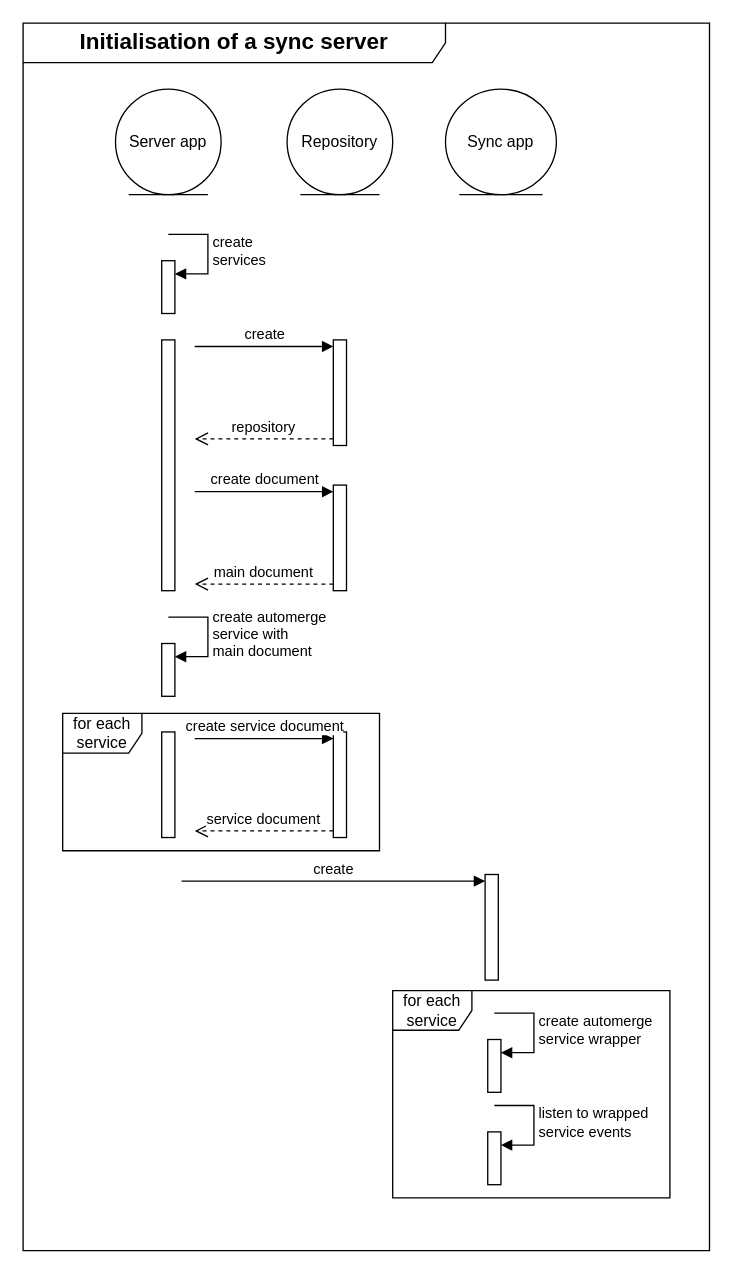
kalisio/offline-sync keeps this draw.io diagram as page "Sync server sequence diagram" (2 of 4) of diagram.drawio. Above is the earlier version. Source tidied: cells renumbered, new cells numbered last; positions are measured from the earlier drawing's top-left corner, leaving out a move shared by most shapes. Both pictures are drawn from the tidied source at 132%, with x=0, y=0 at pixel (22, 22).
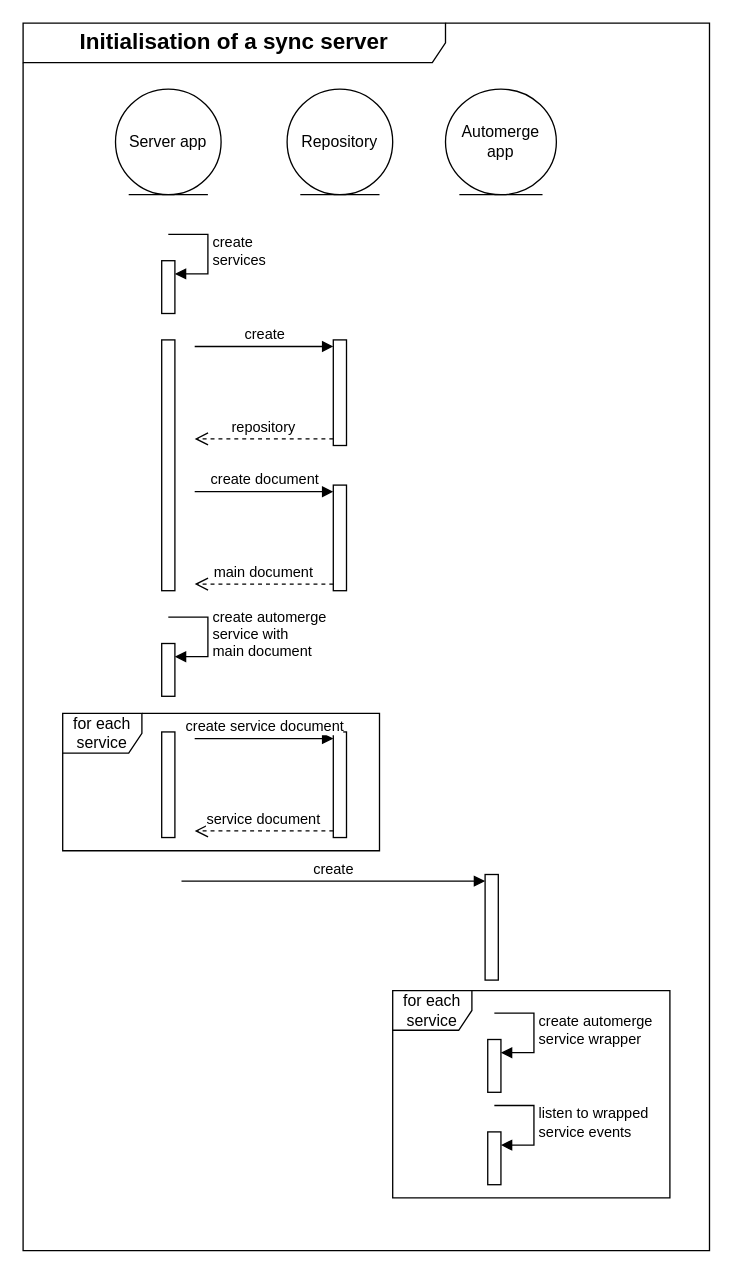
Above is the later version.

Change to the diagram source:
```diff
@@
-    <mxCell id="3" value="Sync app" style="ellipse;shape=umlEntity;whiteSpace=wrap;html=1;" parent="1" vertex="1">
+    <mxCell id="3" value="Automerge app" style="ellipse;shape=umlEntity;whiteSpace=wrap;html=1;" parent="1" vertex="1">
       <mxGeometry x="320" y="50" width="84" height="80" as="geometry" />
     </mxCell>
```
